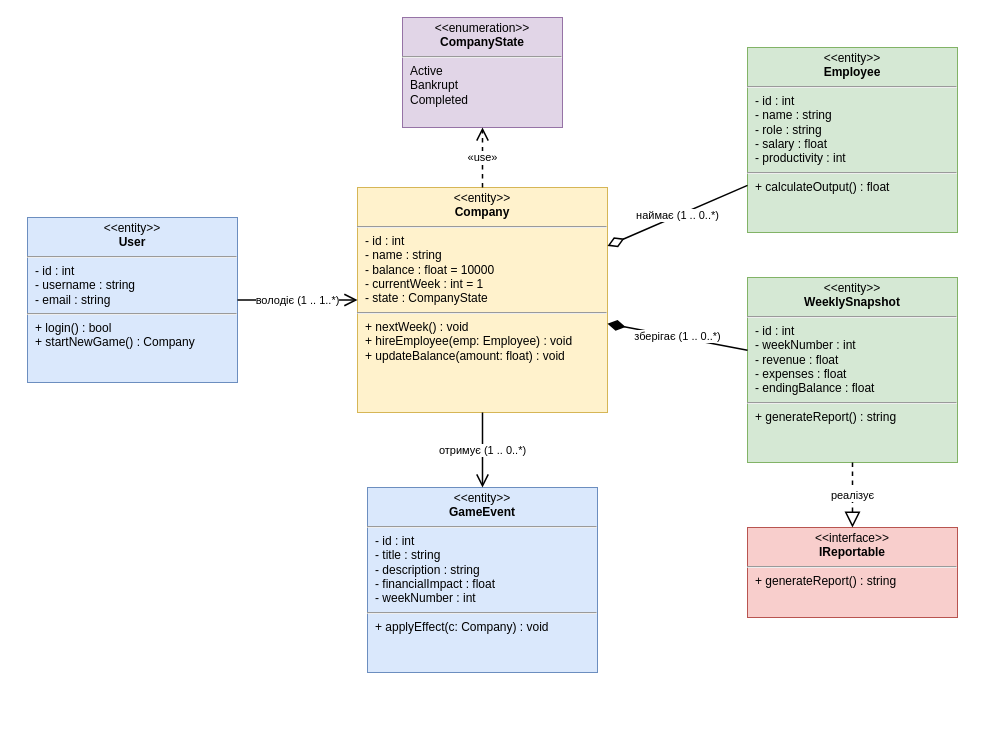
This is page "Class Diagram" (2 of 3) of docs/model/startup-sim.drawio.xml from yehor-kostiuk/sim, a draw.io file, before an edit. Source tidied: cells renumbered, new cells numbered last; positions are measured from the earlier drawing's top-left corner, leaving out a move shared by most shapes. Both pictures are drawn from the tidied source at 100%, with x=0, y=0 at pixel (27, 17).
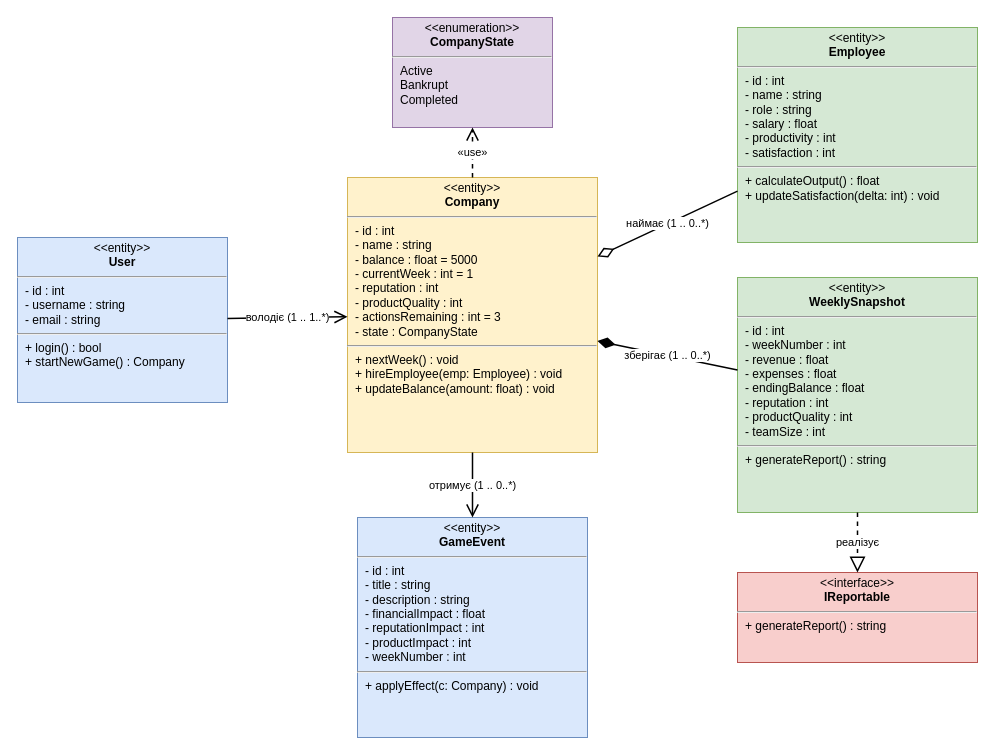
The same page after the edit.

Change to the diagram source:
```diff
@@
 <mxGraphModel>
   <root>
     <mxCell id="0" />
     <mxCell id="1" parent="0" />
     <mxCell id="2" value="&lt;p style=&quot;margin:4px 0;text-align:center;&quot;&gt;&amp;lt;&amp;lt;entity&amp;gt;&amp;gt;&lt;br/&gt;&lt;b&gt;User&lt;/b&gt;&lt;/p&gt;&lt;hr/&gt;&lt;p style=&quot;margin:4px 8px;&quot;&gt;- id : int&lt;br/&gt;- username : string&lt;br/&gt;- email : string&lt;/p&gt;&lt;hr/&gt;&lt;p style=&quot;margin:4px 8px;&quot;&gt;+ login() : bool&lt;br/&gt;+ startNewGame() : Company&lt;/p&gt;" style="verticalAlign=top;align=left;overflow=fill;html=1;whiteSpace=wrap;fillColor=#dae8fc;strokeColor=#6c8ebf;fontSize=12;" parent="1" vertex="1">
-      <mxGeometry y="200" width="210" height="165" as="geometry" />
+      <mxGeometry x="-10" y="220" width="210" height="165" as="geometry" />
     </mxCell>
-    <mxCell id="3" value="&lt;p style=&quot;margin:4px 0;text-align:center;&quot;&gt;&amp;lt;&amp;lt;entity&amp;gt;&amp;gt;&lt;br/&gt;&lt;b&gt;Company&lt;/b&gt;&lt;/p&gt;&lt;hr/&gt;&lt;p style=&quot;margin:4px 8px;&quot;&gt;- id : int&lt;br/&gt;- name : string&lt;br/&gt;- balance : float = 10000&lt;br/&gt;- currentWeek : int = 1&lt;br/&gt;- state : CompanyState&lt;/p&gt;&lt;hr/&gt;&lt;p style=&quot;margin:4px 8px;&quot;&gt;+ nextWeek() : void&lt;br/&gt;+ hireEmployee(emp: Employee) : void&lt;br/&gt;+ updateBalance(amount: float) : void&lt;/p&gt;" style="verticalAlign=top;align=left;overflow=fill;html=1;whiteSpace=wrap;fillColor=#fff2cc;strokeColor=#d6b656;fontSize=12;" parent="1" vertex="1">
-      <mxGeometry x="330" y="170" width="250" height="225" as="geometry" />
+    <mxCell id="3" value="&lt;p style=&quot;margin:4px 0;text-align:center;&quot;&gt;&amp;lt;&amp;lt;entity&amp;gt;&amp;gt;&lt;br/&gt;&lt;b&gt;Company&lt;/b&gt;&lt;/p&gt;&lt;hr/&gt;&lt;p style=&quot;margin:4px 8px;&quot;&gt;- id : int&lt;br/&gt;- name : string&lt;br/&gt;- balance : float = 5000&lt;br/&gt;- currentWeek : int = 1&lt;br/&gt;- reputation : int&lt;br/&gt;- productQuality : int&lt;br/&gt;- actionsRemaining : int = 3&lt;br/&gt;- state : CompanyState&lt;/p&gt;&lt;hr/&gt;&lt;p style=&quot;margin:4px 8px;&quot;&gt;+ nextWeek() : void&lt;br/&gt;+ hireEmployee(emp: Employee) : void&lt;br/&gt;+ updateBalance(amount: float) : void&lt;/p&gt;" style="verticalAlign=top;align=left;overflow=fill;html=1;whiteSpace=wrap;fillColor=#fff2cc;strokeColor=#d6b656;fontSize=12;" parent="1" vertex="1">
+      <mxGeometry x="320" y="160" width="250" height="275" as="geometry" />
     </mxCell>
     <mxCell id="4" value="&lt;p style=&quot;margin:4px 0;text-align:center;&quot;&gt;&amp;lt;&amp;lt;enumeration&amp;gt;&amp;gt;&lt;br/&gt;&lt;b&gt;CompanyState&lt;/b&gt;&lt;/p&gt;&lt;hr/&gt;&lt;p style=&quot;margin:4px 8px;&quot;&gt;Active&lt;br/&gt;Bankrupt&lt;br/&gt;Completed&lt;/p&gt;" style="verticalAlign=top;align=left;overflow=fill;html=1;whiteSpace=wrap;fillColor=#e1d5e7;strokeColor=#9673a6;fontSize=12;" parent="1" vertex="1">
-      <mxGeometry x="375" width="160" height="110" as="geometry" />
+      <mxGeometry x="365" width="160" height="110" as="geometry" />
     </mxCell>
-    <mxCell id="5" value="&lt;p style=&quot;margin:4px 0;text-align:center;&quot;&gt;&amp;lt;&amp;lt;entity&amp;gt;&amp;gt;&lt;br/&gt;&lt;b&gt;Employee&lt;/b&gt;&lt;/p&gt;&lt;hr/&gt;&lt;p style=&quot;margin:4px 8px;&quot;&gt;- id : int&lt;br/&gt;- name : string&lt;br/&gt;- role : string&lt;br/&gt;- salary : float&lt;br/&gt;- productivity : int&lt;/p&gt;&lt;hr/&gt;&lt;p style=&quot;margin:4px 8px;&quot;&gt;+ calculateOutput() : float&lt;/p&gt;" style="verticalAlign=top;align=left;overflow=fill;html=1;whiteSpace=wrap;fillColor=#d5e8d4;strokeColor=#82b366;fontSize=12;" parent="1" vertex="1">
-      <mxGeometry x="720" y="30" width="210" height="185" as="geometry" />
+    <mxCell id="5" value="&lt;p style=&quot;margin:4px 0;text-align:center;&quot;&gt;&amp;lt;&amp;lt;entity&amp;gt;&amp;gt;&lt;br/&gt;&lt;b&gt;Employee&lt;/b&gt;&lt;/p&gt;&lt;hr/&gt;&lt;p style=&quot;margin:4px 8px;&quot;&gt;- id : int&lt;br/&gt;- name : string&lt;br/&gt;- role : string&lt;br/&gt;- salary : float&lt;br/&gt;- productivity : int&lt;br/&gt;- satisfaction : int&lt;/p&gt;&lt;hr/&gt;&lt;p style=&quot;margin:4px 8px;&quot;&gt;+ calculateOutput() : float&lt;br/&gt;+ updateSatisfaction(delta: int) : void&lt;/p&gt;" style="verticalAlign=top;align=left;overflow=fill;html=1;whiteSpace=wrap;fillColor=#d5e8d4;strokeColor=#82b366;fontSize=12;" parent="1" vertex="1">
+      <mxGeometry x="710" y="10" width="240" height="215" as="geometry" />
     </mxCell>
-    <mxCell id="6" value="&lt;p style=&quot;margin:4px 0;text-align:center;&quot;&gt;&amp;lt;&amp;lt;entity&amp;gt;&amp;gt;&lt;br/&gt;&lt;b&gt;WeeklySnapshot&lt;/b&gt;&lt;/p&gt;&lt;hr/&gt;&lt;p style=&quot;margin:4px 8px;&quot;&gt;- id : int&lt;br/&gt;- weekNumber : int&lt;br/&gt;- revenue : float&lt;br/&gt;- expenses : float&lt;br/&gt;- endingBalance : float&lt;/p&gt;&lt;hr/&gt;&lt;p style=&quot;margin:4px 8px;&quot;&gt;+ generateReport() : string&lt;/p&gt;" style="verticalAlign=top;align=left;overflow=fill;html=1;whiteSpace=wrap;fillColor=#d5e8d4;strokeColor=#82b366;fontSize=12;" parent="1" vertex="1">
-      <mxGeometry x="720" y="260" width="210" height="185" as="geometry" />
+    <mxCell id="6" value="&lt;p style=&quot;margin:4px 0;text-align:center;&quot;&gt;&amp;lt;&amp;lt;entity&amp;gt;&amp;gt;&lt;br/&gt;&lt;b&gt;WeeklySnapshot&lt;/b&gt;&lt;/p&gt;&lt;hr/&gt;&lt;p style=&quot;margin:4px 8px;&quot;&gt;- id : int&lt;br/&gt;- weekNumber : int&lt;br/&gt;- revenue : float&lt;br/&gt;- expenses : float&lt;br/&gt;- endingBalance : float&lt;br/&gt;- reputation : int&lt;br/&gt;- productQuality : int&lt;br/&gt;- teamSize : int&lt;/p&gt;&lt;hr/&gt;&lt;p style=&quot;margin:4px 8px;&quot;&gt;+ generateReport() : string&lt;/p&gt;" style="verticalAlign=top;align=left;overflow=fill;html=1;whiteSpace=wrap;fillColor=#d5e8d4;strokeColor=#82b366;fontSize=12;" parent="1" vertex="1">
+      <mxGeometry x="710" y="260" width="240" height="235" as="geometry" />
     </mxCell>
     <mxCell id="7" value="&lt;p style=&quot;margin:4px 0;text-align:center;&quot;&gt;&amp;lt;&amp;lt;interface&amp;gt;&amp;gt;&lt;br/&gt;&lt;b&gt;IReportable&lt;/b&gt;&lt;/p&gt;&lt;hr/&gt;&lt;p style=&quot;margin:4px 8px;&quot;&gt;+ generateReport() : string&lt;/p&gt;" style="verticalAlign=top;align=left;overflow=fill;html=1;whiteSpace=wrap;fillColor=#f8cecc;strokeColor=#b85450;fontSize=12;" parent="1" vertex="1">
-      <mxGeometry x="720" y="510" width="210" height="90" as="geometry" />
+      <mxGeometry x="710" y="555" width="240" height="90" as="geometry" />
     </mxCell>
-    <mxCell id="8" value="&lt;p style=&quot;margin:4px 0;text-align:center;&quot;&gt;&amp;lt;&amp;lt;entity&amp;gt;&amp;gt;&lt;br/&gt;&lt;b&gt;GameEvent&lt;/b&gt;&lt;/p&gt;&lt;hr/&gt;&lt;p style=&quot;margin:4px 8px;&quot;&gt;- id : int&lt;br/&gt;- title : string&lt;br/&gt;- description : string&lt;br/&gt;- financialImpact : float&lt;br/&gt;- weekNumber : int&lt;/p&gt;&lt;hr/&gt;&lt;p style=&quot;margin:4px 8px;&quot;&gt;+ applyEffect(c: Company) : void&lt;/p&gt;" style="verticalAlign=top;align=left;overflow=fill;html=1;whiteSpace=wrap;fillColor=#dae8fc;strokeColor=#6c8ebf;fontSize=12;" parent="1" vertex="1">
-      <mxGeometry x="340" y="470" width="230" height="185" as="geometry" />
+    <mxCell id="8" value="&lt;p style=&quot;margin:4px 0;text-align:center;&quot;&gt;&amp;lt;&amp;lt;entity&amp;gt;&amp;gt;&lt;br/&gt;&lt;b&gt;GameEvent&lt;/b&gt;&lt;/p&gt;&lt;hr/&gt;&lt;p style=&quot;margin:4px 8px;&quot;&gt;- id : int&lt;br/&gt;- title : string&lt;br/&gt;- description : string&lt;br/&gt;- financialImpact : float&lt;br/&gt;- reputationImpact : int&lt;br/&gt;- productImpact : int&lt;br/&gt;- weekNumber : int&lt;/p&gt;&lt;hr/&gt;&lt;p style=&quot;margin:4px 8px;&quot;&gt;+ applyEffect(c: Company) : void&lt;/p&gt;" style="verticalAlign=top;align=left;overflow=fill;html=1;whiteSpace=wrap;fillColor=#dae8fc;strokeColor=#6c8ebf;fontSize=12;" parent="1" vertex="1">
+      <mxGeometry x="330" y="500" width="230" height="220" as="geometry" />
     </mxCell>
     <mxCell id="9" value="володіє (1 .. 1..*)" style="endArrow=open;endFill=0;endSize=10;html=1;strokeWidth=1.5;" parent="1" edge="1" source="2" target="3">
       <mxGeometry relative="1" as="geometry" />
     </mxCell>
     <mxCell id="10" value="наймає (1 .. 0..*)" style="startArrow=diamondThin;startFill=0;startSize=14;endArrow=none;html=1;strokeWidth=1.5;" parent="1" edge="1" source="3" target="5">
       <mxGeometry relative="1" as="geometry" />
     </mxCell>
     <mxCell id="11" value="зберігає (1 .. 0..*)" style="startArrow=diamondThin;startFill=1;startSize=14;endArrow=none;html=1;strokeWidth=1.5;" parent="1" edge="1" source="3" target="6">
       <mxGeometry relative="1" as="geometry" />
     </mxCell>
     <mxCell id="12" value="отримує (1 .. 0..*)" style="endArrow=open;endFill=0;endSize=10;html=1;strokeWidth=1.5;" parent="1" edge="1" source="3" target="8">
       <mxGeometry relative="1" as="geometry" />
     </mxCell>
     <mxCell id="13" value="«use»" style="dashed=1;endArrow=open;endFill=0;endSize=10;html=1;strokeWidth=1.5;" parent="1" edge="1" source="3" target="4">
       <mxGeometry relative="1" as="geometry" />
     </mxCell>
     <mxCell id="14" value="реалізує" style="dashed=1;endArrow=block;endFill=0;endSize=12;html=1;strokeWidth=1.5;" parent="1" edge="1" source="6" target="7">
       <mxGeometry relative="1" as="geometry" />
     </mxCell>
   </root>
 </mxGraphModel>
```
